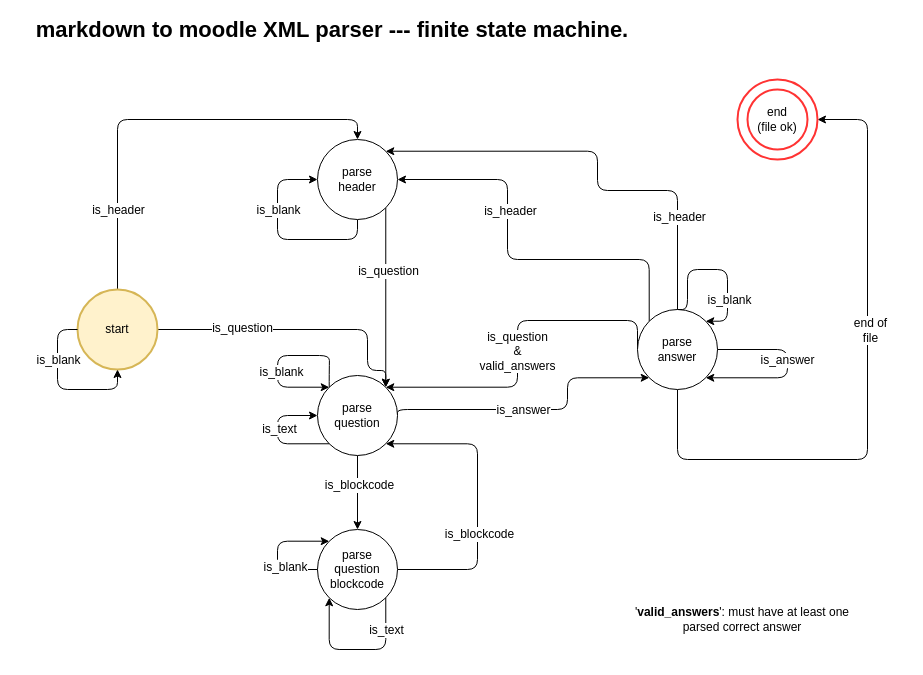
Earlier version of the draw.io diagram markdown2moodle.drawio (brunomnsilva/markdown2moodle). Source tidied: cells renumbered, new cells numbered last; positions are measured from the earlier drawing's top-left corner, leaving out a move shared by most shapes. Both pictures are drawn from the tidied source at 100%, with x=0, y=0 at pixel (17, 20).
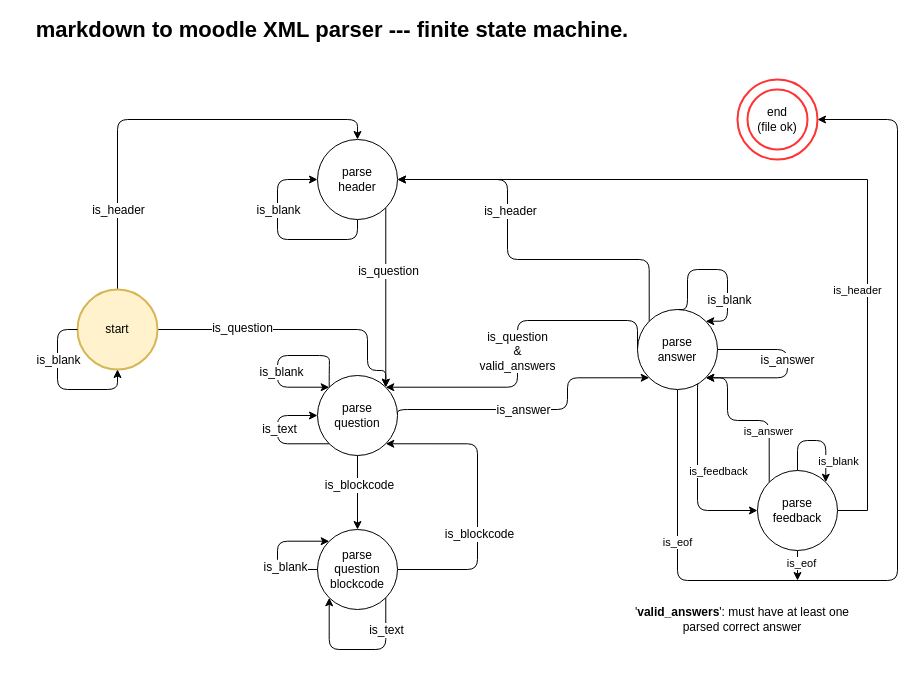
The same page after the edit.

Commit message (it also covers changes not shown here):
Update state machine with parse_feedback state

Unchanged cells that the change refers to:
```xml
<mxCell id="13" value="parse&lt;br&gt;header" style="ellipse;whiteSpace=wrap;html=1;" parent="1" vertex="1">
  <mxGeometry x="300" y="119" width="80" height="80" as="geometry" />
</mxCell>
<mxCell id="38" value="parse&lt;br&gt;answer" style="ellipse;whiteSpace=wrap;html=1;strokeWidth=1;" parent="1" vertex="1">
  <mxGeometry x="620" y="289" width="80" height="80" as="geometry" />
</mxCell>
<mxCell id="45" style="ellipse;whiteSpace=wrap;html=1;strokeWidth=2;strokeColor=#FF3333;" parent="44" vertex="1">
  <mxGeometry width="80" height="80" as="geometry" />
</mxCell>
```

What changed in the source:
```diff
@@
     <mxCell id="34" style="edgeStyle=orthogonalEdgeStyle;rounded=1;jettySize=auto;html=1;exitX=0.5;exitY=1;exitDx=0;exitDy=0;entryX=1;entryY=0.5;entryDx=0;entryDy=0;" parent="1" edge="1" source="38" target="45">
       <mxGeometry relative="1" as="geometry">
         <Array as="points">
-          <mxPoint x="660" y="439" />
-          <mxPoint x="850" y="439" />
-          <mxPoint x="850" y="99" />
+          <mxPoint x="660" y="560" />
+          <mxPoint x="880" y="560" />
+          <mxPoint x="880" y="99" />
         </Array>
       </mxGeometry>
     </mxCell>
-    <mxCell id="35" value="end of&lt;br&gt;file" style="text;html=1;align=center;verticalAlign=middle;labelBackgroundColor=#ffffff;" parent="34" vertex="1">
-      <mxGeometry x="0.28" y="-2" relative="1" as="geometry">
-        <mxPoint y="26" as="offset" />
-      </mxGeometry>
-    </mxCell>
-    <mxCell id="36" style="edgeStyle=orthogonalEdgeStyle;rounded=1;jettySize=auto;html=1;exitX=0.5;exitY=0;exitDx=0;exitDy=0;entryX=1;entryY=0;entryDx=0;entryDy=0;" parent="1" edge="1" source="38" target="13">
-      <mxGeometry relative="1" as="geometry">
-        <Array as="points">
-          <mxPoint x="660" y="170" />
-          <mxPoint x="580" y="170" />
-          <mxPoint x="580" y="131" />
-        </Array>
-      </mxGeometry>
-    </mxCell>
-    <mxCell id="37" value="is_header" style="text;html=1;align=center;verticalAlign=middle;labelBackgroundColor=#ffffff;" parent="36" vertex="1">
-      <mxGeometry x="-0.59" y="-1" relative="1" as="geometry">
-        <mxPoint y="-1" as="offset" />
-      </mxGeometry>
-    </mxCell>
+    <mxCell id="48" value="is_eof" style="edgeLabel;html=1;align=center;verticalAlign=middle;" parent="34" vertex="1">
+      <mxGeometry x="-0.68" y="-1" relative="1" as="geometry" />
+    </mxCell>
+    <mxCell id="49" style="edgeStyle=orthogonalEdgeStyle;rounded=1;jettySize=auto;html=1;exitX=1;exitY=1;exitDx=0;exitDy=0;entryX=0;entryY=0.5;entryDx=0;entryDy=0;curved=0;" parent="1" edge="1" source="38" target="56">
+      <mxGeometry relative="1" as="geometry">
+        <Array as="points">
+          <mxPoint x="680" y="357" />
+          <mxPoint x="680" y="490" />
+        </Array>
+      </mxGeometry>
+    </mxCell>
+    <mxCell id="50" value="is_feedback" style="edgeLabel;html=1;align=center;verticalAlign=middle;" parent="49" vertex="1">
+      <mxGeometry x="-0.02" y="1" relative="1" as="geometry">
+        <mxPoint x="19" y="3" as="offset" />
+      </mxGeometry>
+    </mxCell>
@@
+    <mxCell id="51" style="edgeStyle=orthogonalEdgeStyle;rounded=1;jettySize=auto;html=1;exitX=0;exitY=0;exitDx=0;exitDy=0;entryX=1;entryY=1;entryDx=0;entryDy=0;curved=0;" parent="1" edge="1" source="56" target="38">
+      <mxGeometry relative="1" as="geometry">
+        <Array as="points">
+          <mxPoint x="752" y="400" />
+          <mxPoint x="710" y="400" />
+          <mxPoint x="710" y="357" />
+        </Array>
+      </mxGeometry>
+    </mxCell>
+    <mxCell id="52" value="is_answer" style="edgeLabel;html=1;align=center;verticalAlign=middle;" parent="51" vertex="1">
+      <mxGeometry x="-0.07" y="2" relative="1" as="geometry">
+        <mxPoint x="15" y="8" as="offset" />
+      </mxGeometry>
+    </mxCell>
+    <mxCell id="53" style="edgeStyle=orthogonalEdgeStyle;rounded=0;jettySize=auto;html=1;exitX=0.5;exitY=1;exitDx=0;exitDy=0;" parent="1" edge="1" source="56">
+      <mxGeometry relative="1" as="geometry">
+        <mxPoint x="780" y="560" as="targetPoint" />
+      </mxGeometry>
+    </mxCell>
+    <mxCell id="54" value="is_eof" style="edgeLabel;html=1;align=center;verticalAlign=middle;" parent="53" vertex="1">
+      <mxGeometry x="-0.2" y="3" relative="1" as="geometry" />
+    </mxCell>
+    <mxCell id="55" style="edgeStyle=orthogonalEdgeStyle;rounded=0;jettySize=auto;html=1;exitX=1;exitY=0.5;exitDx=0;exitDy=0;entryX=1;entryY=0.5;entryDx=0;entryDy=0;" parent="1" edge="1" source="56" target="13">
+      <mxGeometry relative="1" as="geometry">
+        <Array as="points">
+          <mxPoint x="850" y="490" />
+          <mxPoint x="850" y="159" />
+        </Array>
+      </mxGeometry>
+    </mxCell>
+    <mxCell id="37" value="is_header" style="edgeLabel;html=1;align=center;verticalAlign=middle;" parent="55" vertex="1">
+      <mxGeometry x="0.27" y="1" relative="1" as="geometry">
+        <mxPoint x="156" y="109" as="offset" />
+      </mxGeometry>
+    </mxCell>
+    <mxCell id="56" value="parse&lt;br&gt;feedback" style="ellipse;whiteSpace=wrap;html=1;strokeWidth=1;" parent="1" vertex="1">
+      <mxGeometry x="740" y="450" width="80" height="80" as="geometry" />
+    </mxCell>
+    <mxCell id="57" style="edgeStyle=orthogonalEdgeStyle;rounded=1;orthogonalLoop=1;jettySize=auto;html=1;exitX=0.5;exitY=0;exitDx=0;exitDy=0;entryX=1;entryY=0;entryDx=0;entryDy=0;curved=0;" parent="1" edge="1" source="56" target="56">
+      <mxGeometry relative="1" as="geometry">
+        <Array as="points">
+          <mxPoint x="780" y="420" />
+          <mxPoint x="808" y="420" />
+        </Array>
+      </mxGeometry>
+    </mxCell>
+    <mxCell id="58" value="is_blank" style="edgeLabel;html=1;align=center;verticalAlign=middle;" parent="57" vertex="1">
+      <mxGeometry x="-0.06" y="-3" relative="1" as="geometry">
+        <mxPoint x="23" y="17" as="offset" />
+      </mxGeometry>
+    </mxCell>
```
